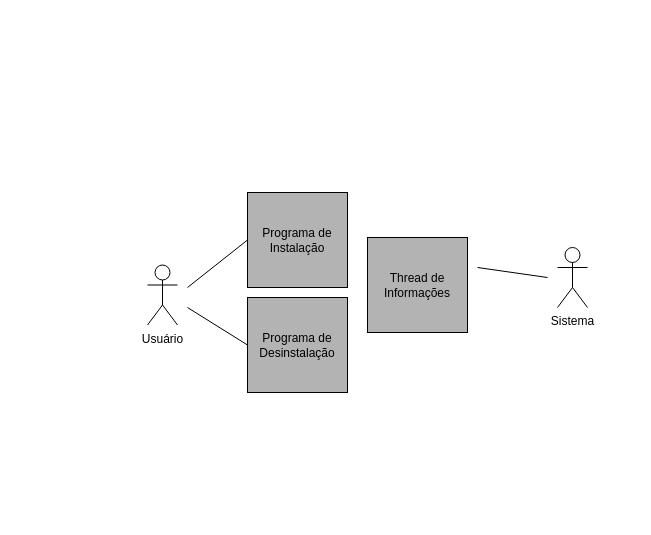
The draw.io diagram page "Visão de Contexto" (1 of 2) of Descrição da Arquitetura.drawio in renanreyc/EngenhariaDeSoftware, before the edit. Source tidied: cells renumbered, new cells numbered last; positions are measured from the earlier drawing's top-left corner, leaving out a move shared by most shapes. Both pictures are drawn from the tidied source at 100%, with x=0, y=0 at pixel (147, 192).
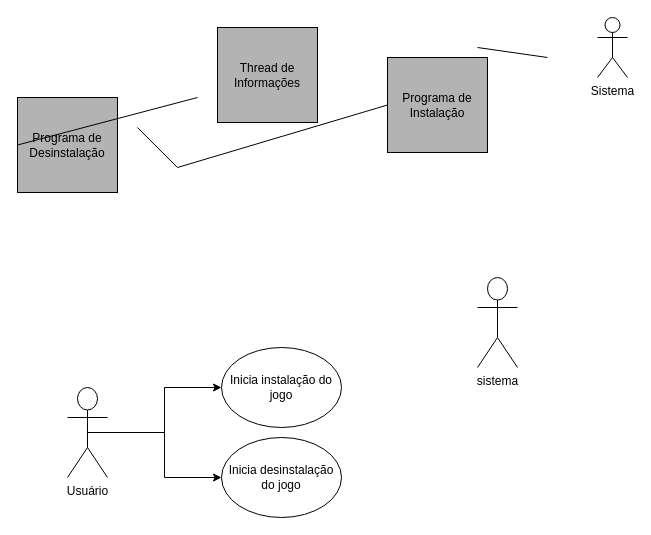
After the change.

The edit, as a diff of the source:
```diff
@@
 <mxGraphModel>
   <root>
     <mxCell id="0" />
     <mxCell id="1" parent="0" />
     <mxCell id="2" value="&lt;span&gt;Programa de Instalação&lt;/span&gt;" style="rounded=0;whiteSpace=wrap;html=1;fillColor=#B3B3B3;" parent="1" vertex="1">
-      <mxGeometry x="100" width="100" height="95" as="geometry" />
+      <mxGeometry x="240" y="-135" width="100" height="95" as="geometry" />
     </mxCell>
     <mxCell id="3" style="endArrow=none;html=1;rounded=0;exitX=0;exitY=0.5;exitDx=0;exitDy=0;" parent="1" edge="1" source="2">
       <mxGeometry relative="1" as="geometry">
-        <mxPoint x="40" y="95" as="targetPoint" />
+        <mxPoint x="-10" y="-65" as="targetPoint" />
+        <Array as="points">
+          <mxPoint x="30" y="-25" />
+        </Array>
       </mxGeometry>
     </mxCell>
     <mxCell id="4" value="&lt;span&gt;Programa de Desinstalação&lt;/span&gt;" style="rounded=0;whiteSpace=wrap;html=1;fillColor=#B3B3B3;" parent="1" vertex="1">
-      <mxGeometry x="100" y="105" width="100" height="95" as="geometry" />
+      <mxGeometry x="-130" y="-95" width="100" height="95" as="geometry" />
     </mxCell>
+    <mxCell id="10" style="edgeStyle=orthogonalEdgeStyle;rounded=0;jettySize=auto;html=1;exitX=0.5;exitY=0.5;exitDx=0;exitDy=0;exitPerimeter=0;entryX=0;entryY=0.5;entryDx=0;entryDy=0;" parent="1" edge="1" source="5" target="12">
+      <mxGeometry relative="1" as="geometry" />
+    </mxCell>
+    <mxCell id="11" style="edgeStyle=orthogonalEdgeStyle;rounded=0;jettySize=auto;html=1;exitX=0.5;exitY=0.5;exitDx=0;exitDy=0;exitPerimeter=0;" parent="1" edge="1" source="5" target="13">
+      <mxGeometry relative="1" as="geometry" />
+    </mxCell>
     <mxCell id="5" value="Usuário" style="shape=umlActor;verticalLabelPosition=bottom;verticalAlign=top;html=1;outlineConnect=0;" parent="1" vertex="1">
-      <mxGeometry y="72.5" width="30" height="60" as="geometry" />
+      <mxGeometry x="-80" y="195" width="40" height="90" as="geometry" />
     </mxCell>
     <mxCell id="6" style="endArrow=none;html=1;rounded=0;exitX=0;exitY=0.5;exitDx=0;exitDy=0;" parent="1" edge="1" source="4">
       <mxGeometry relative="1" as="geometry">
-        <mxPoint x="40" y="115" as="targetPoint" />
+        <mxPoint x="50" y="-95" as="targetPoint" />
       </mxGeometry>
     </mxCell>
     <mxCell id="7" value="Thread de Informações" style="rounded=0;whiteSpace=wrap;html=1;fillColor=#B3B3B3;" parent="1" vertex="1">
-      <mxGeometry x="220" y="45" width="100" height="95" as="geometry" />
+      <mxGeometry x="70" y="-165" width="100" height="95" as="geometry" />
     </mxCell>
     <mxCell id="8" value="Sistema" style="shape=umlActor;verticalLabelPosition=bottom;verticalAlign=top;html=1;" parent="1" vertex="1">
-      <mxGeometry x="410" y="55" width="30" height="60" as="geometry" />
+      <mxGeometry x="450" y="-175" width="30" height="60" as="geometry" />
     </mxCell>
     <mxCell id="9" style="endArrow=none;html=1;rounded=0;" parent="1" edge="1">
       <mxGeometry relative="1" as="geometry">
-        <mxPoint x="330" y="75" as="sourcePoint" />
-        <mxPoint x="400" y="85" as="targetPoint" />
+        <mxPoint x="330" y="-145" as="sourcePoint" />
+        <mxPoint x="400" y="-135" as="targetPoint" />
       </mxGeometry>
     </mxCell>
+    <mxCell id="12" value="Inicia instalação do jogo" style="ellipse;whiteSpace=wrap;html=1;" parent="1" vertex="1">
+      <mxGeometry x="74" y="155" width="120" height="80" as="geometry" />
+    </mxCell>
+    <mxCell id="13" value="Inicia desinstalação do jogo" style="ellipse;whiteSpace=wrap;html=1;" parent="1" vertex="1">
+      <mxGeometry x="74" y="245" width="120" height="80" as="geometry" />
+    </mxCell>
+    <mxCell id="14" value="sistema" style="shape=umlActor;verticalLabelPosition=bottom;verticalAlign=top;html=1;" parent="1" vertex="1">
+      <mxGeometry x="330" y="85" width="40" height="90" as="geometry" />
+    </mxCell>
   </root>
 </mxGraphModel>
```
